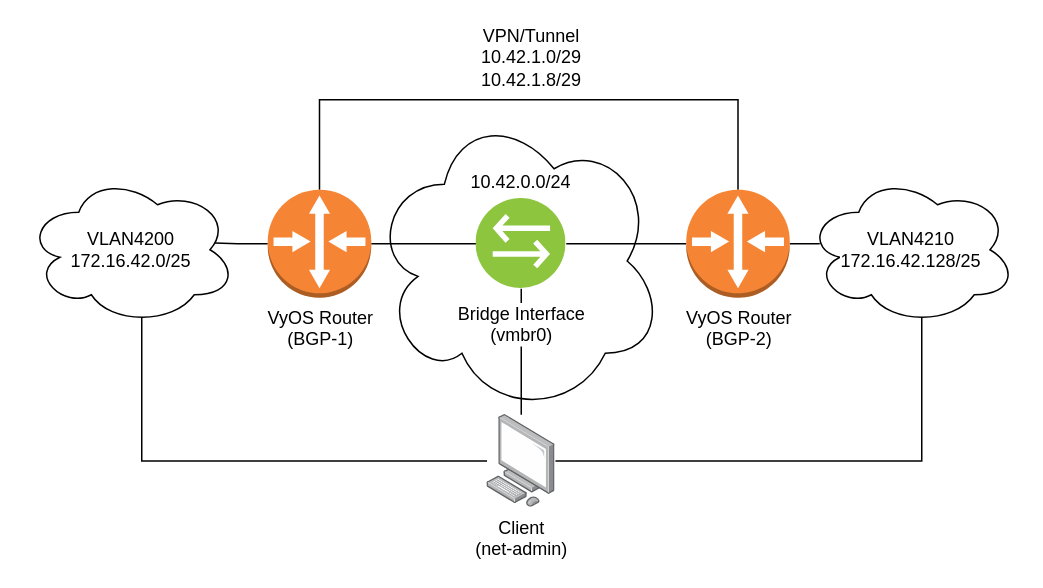
dannytech/cc-ccc keeps this draw.io diagram as Test-Network.drawio. Above is the earlier version. Source tidied: cells renumbered, new cells numbered last; positions are measured from the earlier drawing's top-left corner, leaving out a move shared by most shapes. Both pictures are drawn from the tidied source at 150%, with x=0, y=0 at pixel (26, 34).
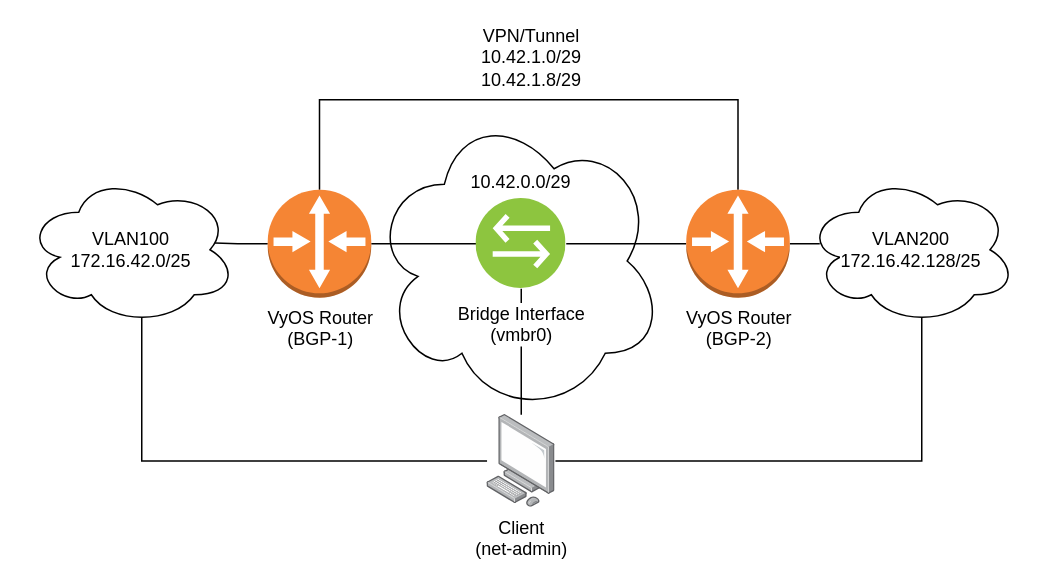
After the change.

Commit message (it also covers changes not shown here):
Updated test network design

Change to the diagram source:
```diff
@@
-    <mxCell id="15" value="VLAN4200&lt;br&gt;172.16.42.0/25" style="ellipse;shape=cloud;whiteSpace=wrap;html=1;labelBackgroundColor=#FFFFFF;" parent="1" vertex="1">
+    <mxCell id="15" value="VLAN100&lt;br&gt;172.16.42.0/25" style="ellipse;shape=cloud;whiteSpace=wrap;html=1;labelBackgroundColor=#FFFFFF;" parent="1" vertex="1">
       <mxGeometry y="93" width="140" height="100" as="geometry" />
     </mxCell>
-    <mxCell id="16" value="10.42.0.0/24" style="text;html=1;strokeColor=none;fillColor=none;align=center;verticalAlign=middle;whiteSpace=wrap;rounded=0;labelBackgroundColor=#FFFFFF;" parent="1" vertex="1">
+    <mxCell id="16" value="10.42.0.0/29" style="text;html=1;strokeColor=none;fillColor=none;align=center;verticalAlign=middle;whiteSpace=wrap;rounded=0;labelBackgroundColor=#FFFFFF;" parent="1" vertex="1">
       <mxGeometry x="300" y="83" width="60" height="30" as="geometry" />
     </mxCell>
-    <mxCell id="17" value="VLAN4210&lt;br&gt;172.16.42.128/25" style="ellipse;shape=cloud;whiteSpace=wrap;html=1;labelBackgroundColor=#FFFFFF;" parent="1" vertex="1">
+    <mxCell id="17" value="VLAN200&lt;br&gt;172.16.42.128/25" style="ellipse;shape=cloud;whiteSpace=wrap;html=1;labelBackgroundColor=#FFFFFF;" parent="1" vertex="1">
       <mxGeometry x="520" y="93" width="140" height="100" as="geometry" />
     </mxCell>
```
